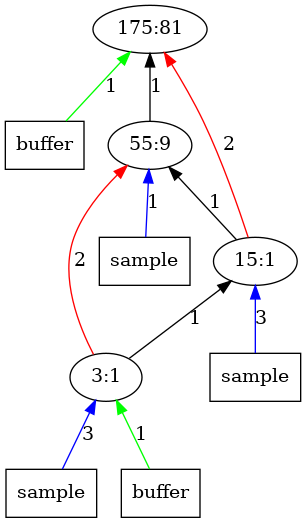
The Graphviz diagram outputImages/op81.png.png in AbhikKhan/MTP_IITG, before a commit. Its source is kept beside it as outputTrees/op81.dot. Its diagram source:
```dot
digraph Tree{
	rankdir="BT"
	x12 -> 1 [label = "1", color = "green"];
	x12 [label = "buffer", shape = "box"];
	1 [label = "175:81"];
	2 -> 1 [label = "1", color = "black"];
	x21 -> 2 [label = "1", color = "blue"];
	x21 [label = "sample", shape = "box"];
	2 [label = "55:9"];
	3 -> 1 [label = "2", color = "red"];
	3 -> 2 [label = "1", color = "black"];
	x31 -> 3 [label = "3", color = "blue"];
	x31 [label = "sample", shape = "box"];
	3 [label = "15:1"];
	4 -> 3 [label = "1", color = "black"];
	4 -> 2 [label = "2", color = "red"];
	x41 -> 4 [label = "3", color = "blue"];
	x41 [label = "sample", shape = "box"];
	x42 -> 4 [label = "1", color = "green"];
	x42 [label = "buffer", shape = "box"];
	4 [label = "3:1"];
}
```
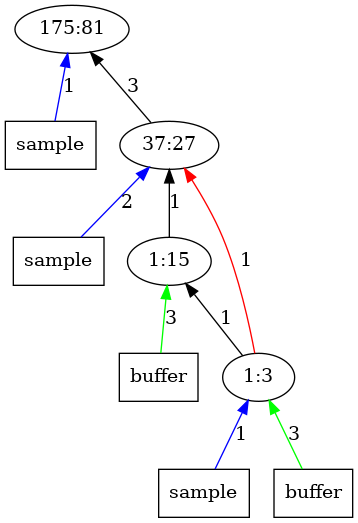
After the change.

Change to the diagram source:
```diff
@@ -1,22 +1,21 @@
 digraph Tree{
 	rankdir="BT"
-	x12 -> 1 [label = "1", color = "green"];
-	x12 [label = "buffer", shape = "box"];
+	x11 -> 1 [label = "1", color = "blue"];
+	x11 [label = "sample", shape = "box"];
 	1 [label = "175:81"];
-	2 -> 1 [label = "1", color = "black"];
-	x21 -> 2 [label = "1", color = "blue"];
+	2 -> 1 [label = "3", color = "black"];
+	x21 -> 2 [label = "2", color = "blue"];
 	x21 [label = "sample", shape = "box"];
-	2 [label = "55:9"];
-	3 -> 1 [label = "2", color = "red"];
+	2 [label = "37:27"];
 	3 -> 2 [label = "1", color = "black"];
-	x31 -> 3 [label = "3", color = "blue"];
-	x31 [label = "sample", shape = "box"];
-	3 [label = "15:1"];
+	x32 -> 3 [label = "3", color = "green"];
+	x32 [label = "buffer", shape = "box"];
+	3 [label = "1:15"];
+	4 -> 2 [label = "1", color = "red"];
 	4 -> 3 [label = "1", color = "black"];
-	4 -> 2 [label = "2", color = "red"];
-	x41 -> 4 [label = "3", color = "blue"];
+	x41 -> 4 [label = "1", color = "blue"];
 	x41 [label = "sample", shape = "box"];
-	x42 -> 4 [label = "1", color = "green"];
+	x42 -> 4 [label = "3", color = "green"];
 	x42 [label = "buffer", shape = "box"];
-	4 [label = "3:1"];
+	4 [label = "1:3"];
 }
```
